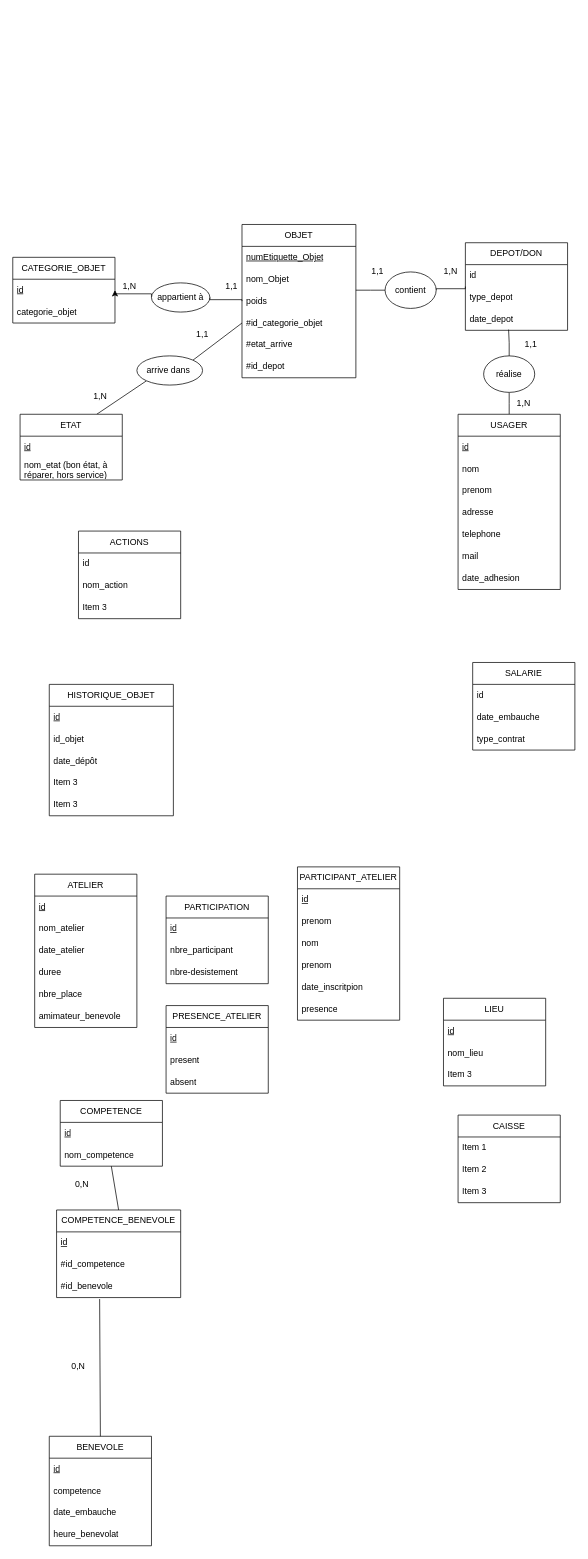
Before: schema_EA_adatabase.drawio in gdiaby2403/repo1, a draw.io diagram. Source tidied: cells renumbered, new cells numbered last; positions are measured from the earlier drawing's top-left corner, leaving out a move shared by most shapes. Both pictures are drawn from the tidied source at 73%, with x=0, y=0 at pixel (12, 224).
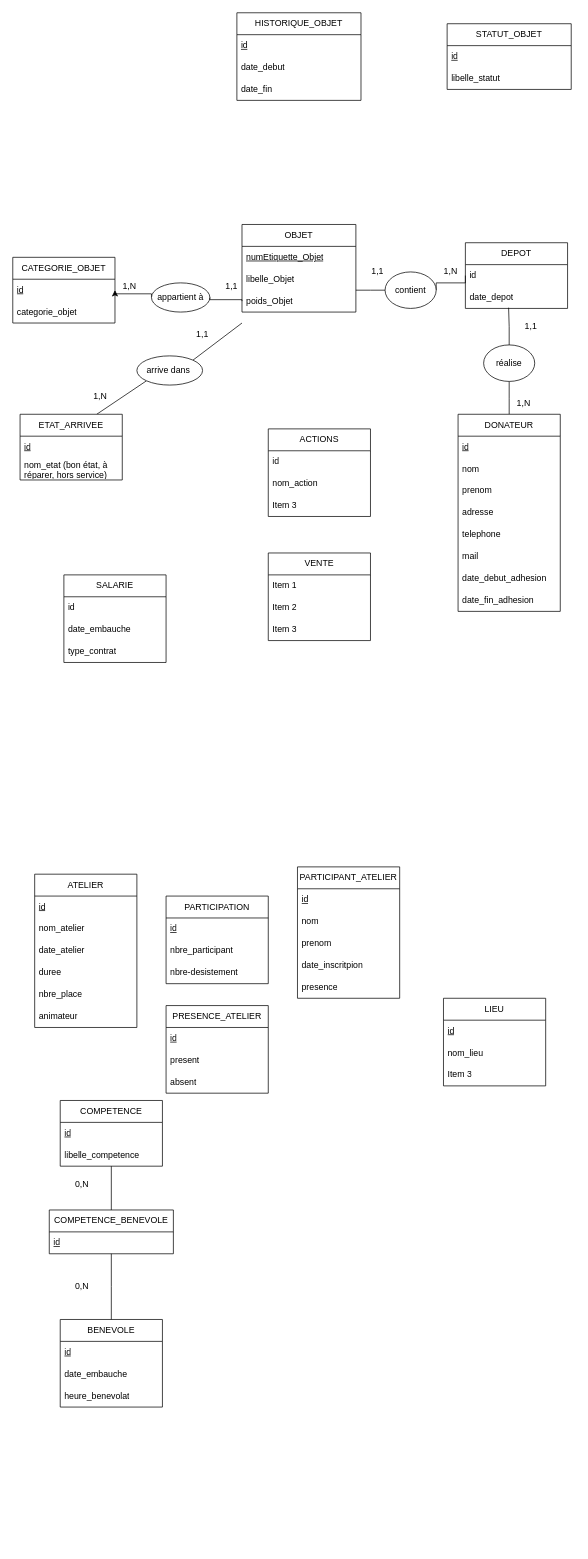
The same page after the edit.

Commit message (it also covers changes not shown here):
Mettre à jour schema_EA_adatabase.drawio

The change refers to these unchanged cells:
```xml
<mxCell id="14" value="ATELIER" style="swimlane;fontStyle=0;horizontal=1;startSize=30;whiteSpace=wrap;html=1;" parent="1" vertex="1">
  <mxGeometry x="30" y="890" width="140" height="210" as="geometry" />
</mxCell>
<mxCell id="44" value="COMPETENCE" style="swimlane;fontStyle=0;horizontal=1;startSize=30;whiteSpace=wrap;html=1;" parent="1" vertex="1">
  <mxGeometry x="65" y="1200" width="140" height="90" as="geometry" />
</mxCell>
<mxCell id="100" value="arrive dans&amp;nbsp;" style="ellipse;whiteSpace=wrap;html=1;shapeInside=1;" parent="1" vertex="1">
  <mxGeometry x="170" y="180" width="90" height="40" as="geometry" />
</mxCell>
```

What changed in the source:
```diff
@@
     <mxCell id="7" value="OBJET" style="swimlane;fontStyle=0;horizontal=1;startSize=30;whiteSpace=wrap;html=1;" parent="1" vertex="1">
-      <mxGeometry x="314" width="156" height="210" as="geometry" />
+      <mxGeometry x="314" width="156" height="120" as="geometry" />
     </mxCell>
@@
-    <mxCell id="9" value="nom_Objet" style="text;strokeColor=none;fillColor=none;align=left;verticalAlign=middle;spacingLeft=4;spacingRight=4;overflow=hidden;whiteSpace=wrap;html=1;" parent="7" vertex="1">
+    <mxCell id="9" value="libelle_Objet" style="text;strokeColor=none;fillColor=none;align=left;verticalAlign=middle;spacingLeft=4;spacingRight=4;overflow=hidden;whiteSpace=wrap;html=1;" parent="7" vertex="1">
       <mxGeometry y="60" width="156" height="30" as="geometry" />
     </mxCell>
-    <mxCell id="10" value="poids" style="text;strokeColor=none;fillColor=none;align=left;verticalAlign=middle;spacingLeft=4;spacingRight=4;overflow=hidden;points=[[0,0.5],[1,0.5]];portConstraint=eastwest;whiteSpace=wrap;html=1;" parent="7" vertex="1">
+    <mxCell id="10" value="poids_Objet" style="text;strokeColor=none;fillColor=none;align=left;verticalAlign=middle;spacingLeft=4;spacingRight=4;overflow=hidden;points=[[0,0.5],[1,0.5]];portConstraint=eastwest;whiteSpace=wrap;html=1;" parent="7" vertex="1">
       <mxGeometry y="90" width="156" height="30" as="geometry" />
     </mxCell>
-    <mxCell id="11" value="#id_categorie_objet" style="text;strokeColor=none;fillColor=none;align=left;verticalAlign=middle;spacingLeft=4;spacingRight=4;overflow=hidden;points=[[0,0.5],[1,0.5]];portConstraint=eastwest;whiteSpace=wrap;html=1;" parent="7" vertex="1">
-      <mxGeometry y="120" width="156" height="30" as="geometry" />
-    </mxCell>
-    <mxCell id="12" value="#etat_arrive" style="text;strokeColor=none;fillColor=none;align=left;verticalAlign=middle;spacingLeft=4;spacingRight=4;overflow=hidden;whiteSpace=wrap;html=1;" parent="7" vertex="1">
-      <mxGeometry y="150" width="156" height="30" as="geometry" />
-    </mxCell>
-    <mxCell id="13" value="#id_depot" style="text;strokeColor=none;fillColor=none;align=left;verticalAlign=middle;spacingLeft=4;spacingRight=4;overflow=hidden;whiteSpace=wrap;html=1;" parent="7" vertex="1">
-      <mxGeometry y="180" width="156" height="30" as="geometry" />
-    </mxCell>
@@
-    <mxCell id="20" value="amimateur_benevole" style="text;strokeColor=none;fillColor=none;align=left;verticalAlign=middle;spacingLeft=4;spacingRight=4;overflow=hidden;whiteSpace=wrap;html=1;" parent="14" vertex="1">
+    <mxCell id="20" value="animateur" style="text;strokeColor=none;fillColor=none;align=left;verticalAlign=middle;spacingLeft=4;spacingRight=4;overflow=hidden;whiteSpace=wrap;html=1;" parent="14" vertex="1">
       <mxGeometry y="180" width="140" height="30" as="geometry" />
     </mxCell>
     <mxCell id="21" value="BENEVOLE" style="swimlane;fontStyle=0;horizontal=1;startSize=30;whiteSpace=wrap;html=1;" parent="1" vertex="1">
-      <mxGeometry x="50" y="1660" width="140" height="150" as="geometry" />
+      <mxGeometry x="65" y="1500" width="140" height="120" as="geometry" />
     </mxCell>
@@
-    <mxCell id="23" value="competence" style="text;strokeColor=none;fillColor=none;align=left;verticalAlign=middle;spacingLeft=4;spacingRight=4;overflow=hidden;whiteSpace=wrap;html=1;" parent="21" vertex="1">
-      <mxGeometry y="60" width="140" height="30" as="geometry" />
-    </mxCell>
     <mxCell id="24" value="date_embauche" style="text;strokeColor=none;fillColor=none;align=left;verticalAlign=middle;spacingLeft=4;spacingRight=4;overflow=hidden;whiteSpace=wrap;html=1;" parent="21" vertex="1">
-      <mxGeometry y="90" width="140" height="30" as="geometry" />
+      <mxGeometry y="60" width="140" height="30" as="geometry" />
     </mxCell>
     <mxCell id="25" value="heure_benevolat" style="text;strokeColor=none;fillColor=none;align=left;verticalAlign=middle;spacingLeft=4;spacingRight=4;overflow=hidden;whiteSpace=wrap;html=1;" parent="21" vertex="1">
-      <mxGeometry y="120" width="140" height="30" as="geometry" />
+      <mxGeometry y="90" width="140" height="30" as="geometry" />
     </mxCell>
@@
     <mxCell id="29" value="HISTORIQUE_OBJET" style="swimlane;fontStyle=0;horizontal=1;startSize=30;whiteSpace=wrap;html=1;" parent="1" vertex="1">
-      <mxGeometry x="50" y="630" width="170" height="180" as="geometry" />
+      <mxGeometry x="307" y="-290" width="170" height="120" as="geometry" />
     </mxCell>
@@
-    <mxCell id="31" value="id_objet" style="text;strokeColor=none;fillColor=none;align=left;verticalAlign=middle;spacingLeft=4;spacingRight=4;overflow=hidden;whiteSpace=wrap;html=1;" parent="29" vertex="1">
+    <mxCell id="31" value="date_debut" style="text;strokeColor=none;fillColor=none;align=left;verticalAlign=middle;spacingLeft=4;spacingRight=4;overflow=hidden;whiteSpace=wrap;html=1;" parent="29" vertex="1">
       <mxGeometry y="60" width="170" height="30" as="geometry" />
     </mxCell>
-    <mxCell id="32" value="date_dépôt" style="text;strokeColor=none;fillColor=none;align=left;verticalAlign=middle;spacingLeft=4;spacingRight=4;overflow=hidden;whiteSpace=wrap;html=1;" parent="29" vertex="1">
+    <mxCell id="32" value="date_fin" style="text;strokeColor=none;fillColor=none;align=left;verticalAlign=middle;spacingLeft=4;spacingRight=4;overflow=hidden;whiteSpace=wrap;html=1;" parent="29" vertex="1">
       <mxGeometry y="90" width="170" height="30" as="geometry" />
     </mxCell>
-    <mxCell id="33" value="Item 3" style="text;strokeColor=none;fillColor=none;align=left;verticalAlign=middle;spacingLeft=4;spacingRight=4;overflow=hidden;whiteSpace=wrap;html=1;" parent="29" vertex="1">
-      <mxGeometry y="120" width="170" height="30" as="geometry" />
-    </mxCell>
-    <mxCell id="34" value="Item 3" style="text;strokeColor=none;fillColor=none;align=left;verticalAlign=middle;spacingLeft=4;spacingRight=4;overflow=hidden;whiteSpace=wrap;html=1;" parent="29" vertex="1">
-      <mxGeometry y="150" width="170" height="30" as="geometry" />
-    </mxCell>
@@
-    <mxCell id="36" value="ETAT" style="swimlane;fontStyle=0;horizontal=1;startSize=30;whiteSpace=wrap;html=1;" parent="1" vertex="1">
+    <mxCell id="36" value="ETAT_ARRIVEE" style="swimlane;fontStyle=0;horizontal=1;startSize=30;whiteSpace=wrap;html=1;" parent="1" vertex="1">
       <mxGeometry x="10" y="260" width="140" height="90" as="geometry" />
     </mxCell>
@@
     <mxCell id="39" value="ACTIONS" style="swimlane;fontStyle=0;horizontal=1;startSize=30;whiteSpace=wrap;html=1;" parent="1" vertex="1">
-      <mxGeometry x="90" y="420" width="140" height="120" as="geometry" />
+      <mxGeometry x="350" y="280" width="140" height="120" as="geometry" />
     </mxCell>
@@
-    <mxCell id="46" value="nom_competence" style="text;strokeColor=none;fillColor=none;align=left;verticalAlign=middle;spacingLeft=4;spacingRight=4;overflow=hidden;whiteSpace=wrap;html=1;" parent="44" vertex="1">
+    <mxCell id="46" value="libelle_competence" style="text;strokeColor=none;fillColor=none;align=left;verticalAlign=middle;spacingLeft=4;spacingRight=4;overflow=hidden;whiteSpace=wrap;html=1;" parent="44" vertex="1">
       <mxGeometry y="60" width="140" height="30" as="geometry" />
     </mxCell>
@@
-    <mxCell id="48" value="DEPOT/DON" style="swimlane;fontStyle=0;horizontal=1;startSize=30;whiteSpace=wrap;html=1;" parent="1" vertex="1">
-      <mxGeometry x="620" y="25" width="140" height="120" as="geometry" />
+    <mxCell id="48" value="DEPOT" style="swimlane;fontStyle=0;horizontal=1;startSize=30;whiteSpace=wrap;html=1;" parent="1" vertex="1">
+      <mxGeometry x="620" y="25" width="140" height="90" as="geometry" />
     </mxCell>
@@
-    <mxCell id="50" value="type_depot" style="text;strokeColor=none;fillColor=none;align=left;verticalAlign=middle;spacingLeft=4;spacingRight=4;overflow=hidden;whiteSpace=wrap;html=1;" parent="48" vertex="1">
-      <mxGeometry y="60" width="140" height="30" as="geometry" />
-    </mxCell>
     <mxCell id="51" value="date_depot" style="text;strokeColor=none;fillColor=none;align=left;verticalAlign=middle;spacingLeft=4;spacingRight=4;overflow=hidden;points=[[0,0.5],[1,0.5]];portConstraint=eastwest;whiteSpace=wrap;html=1;" parent="48" vertex="1">
-      <mxGeometry y="90" width="140" height="30" as="geometry" />
+      <mxGeometry y="60" width="140" height="30" as="geometry" />
     </mxCell>
     <mxCell id="52" value="PARTICIPANT_ATELIER" style="swimlane;fontStyle=0;horizontal=1;startSize=30;whiteSpace=wrap;html=1;" parent="1" vertex="1">
-      <mxGeometry x="390" y="880" width="140" height="210" as="geometry" />
+      <mxGeometry x="390" y="880" width="140" height="180" as="geometry" />
     </mxCell>
@@
-    <mxCell id="54" value="prenom" style="text;strokeColor=none;fillColor=none;align=left;verticalAlign=middle;spacingLeft=4;spacingRight=4;overflow=hidden;whiteSpace=wrap;html=1;" parent="52" vertex="1">
-      <mxGeometry y="60" width="140" height="30" as="geometry" />
-    </mxCell>
     <mxCell id="55" value="nom" style="text;strokeColor=none;fillColor=none;align=left;verticalAlign=middle;spacingLeft=4;spacingRight=4;overflow=hidden;whiteSpace=wrap;html=1;" parent="52" vertex="1">
-      <mxGeometry y="90" width="140" height="30" as="geometry" />
+      <mxGeometry y="60" width="140" height="30" as="geometry" />
     </mxCell>
     <mxCell id="56" value="prenom" style="text;strokeColor=none;fillColor=none;align=left;verticalAlign=middle;spacingLeft=4;spacingRight=4;overflow=hidden;whiteSpace=wrap;html=1;" parent="52" vertex="1">
-      <mxGeometry y="120" width="140" height="30" as="geometry" />
+      <mxGeometry y="90" width="140" height="30" as="geometry" />
     </mxCell>
     <mxCell id="57" value="date_inscritpion" style="text;strokeColor=none;fillColor=none;align=left;verticalAlign=middle;spacingLeft=4;spacingRight=4;overflow=hidden;whiteSpace=wrap;html=1;" parent="52" vertex="1">
-      <mxGeometry y="150" width="140" height="30" as="geometry" />
+      <mxGeometry y="120" width="140" height="30" as="geometry" />
     </mxCell>
     <mxCell id="58" value="presence" style="text;strokeColor=none;fillColor=none;align=left;verticalAlign=middle;spacingLeft=4;spacingRight=4;overflow=hidden;whiteSpace=wrap;html=1;" parent="52" vertex="1">
-      <mxGeometry y="180" width="140" height="30" as="geometry" />
+      <mxGeometry y="150" width="140" height="30" as="geometry" />
     </mxCell>
-    <mxCell id="59" value="CAISSE" style="swimlane;fontStyle=0;horizontal=1;startSize=30;whiteSpace=wrap;html=1;" parent="1" vertex="1">
-      <mxGeometry x="610" y="1220" width="140" height="120" as="geometry" />
+    <mxCell id="59" value="VENTE" style="swimlane;fontStyle=0;horizontal=1;startSize=30;whiteSpace=wrap;html=1;" parent="1" vertex="1">
+      <mxGeometry x="350" y="450" width="140" height="120" as="geometry" />
     </mxCell>
@@
-    <mxCell id="72" value="USAGER" style="swimlane;fontStyle=0;horizontal=1;startSize=30;whiteSpace=wrap;html=1;" parent="1" vertex="1">
-      <mxGeometry x="610" y="260" width="140" height="240" as="geometry" />
+    <mxCell id="72" value="DONATEUR" style="swimlane;fontStyle=0;horizontal=1;startSize=30;whiteSpace=wrap;html=1;" parent="1" vertex="1">
+      <mxGeometry x="610" y="260" width="140" height="270" as="geometry" />
     </mxCell>
@@
+    <mxCell id="107" value="date_debut_adhesion" style="text;strokeColor=none;fillColor=none;align=left;verticalAlign=middle;spacingLeft=4;spacingRight=4;overflow=hidden;whiteSpace=wrap;html=1;" parent="72" vertex="1">
+      <mxGeometry y="210" width="140" height="30" as="geometry" />
+    </mxCell>
-    <mxCell id="79" value="date_adhesion" style="text;strokeColor=none;fillColor=none;align=left;verticalAlign=middle;spacingLeft=4;spacingRight=4;overflow=hidden;whiteSpace=wrap;html=1;" parent="72" vertex="1">
-      <mxGeometry y="210" width="140" height="30" as="geometry" />
+    <mxCell id="79" value="date_fin_adhesion" style="text;strokeColor=none;fillColor=none;align=left;verticalAlign=middle;spacingLeft=4;spacingRight=4;overflow=hidden;whiteSpace=wrap;html=1;" parent="72" vertex="1">
+      <mxGeometry y="240" width="140" height="30" as="geometry" />
     </mxCell>
     <mxCell id="80" value="SALARIE" style="swimlane;fontStyle=0;horizontal=1;startSize=30;whiteSpace=wrap;html=1;" parent="1" vertex="1">
-      <mxGeometry x="630" y="600" width="140" height="120" as="geometry" />
+      <mxGeometry x="70" y="480" width="140" height="120" as="geometry" />
     </mxCell>
@@
+    <mxCell id="108" style="edgeStyle=elbowEdgeStyle;shape=wire;rounded=0;jettySize=auto;elbow=vertical;html=1;exitX=0.5;exitY=1;exitDx=0;exitDy=0;entryX=0.5;entryY=0;entryDx=0;entryDy=0;dashed=1;endArrow=none;endFill=0;" parent="1" edge="1" source="84" target="21">
+      <mxGeometry relative="1" as="geometry" />
+    </mxCell>
     <mxCell id="84" value="COMPETENCE_BENEVOLE" style="swimlane;fontStyle=0;horizontal=1;startSize=30;whiteSpace=wrap;html=1;" parent="1" vertex="1">
-      <mxGeometry x="60" y="1350" width="170" height="120" as="geometry" />
+      <mxGeometry x="50" y="1350" width="170" height="60" as="geometry" />
     </mxCell>
@@
-    <mxCell id="86" value="#id_competence" style="text;strokeColor=none;fillColor=none;align=left;verticalAlign=middle;spacingLeft=4;spacingRight=4;overflow=hidden;whiteSpace=wrap;html=1;" parent="84" vertex="1">
-      <mxGeometry y="60" width="170" height="30" as="geometry" />
-    </mxCell>
-    <mxCell id="87" value="#id_benevole" style="text;strokeColor=none;fillColor=none;align=left;verticalAlign=middle;spacingLeft=4;spacingRight=4;overflow=hidden;points=[[0,0.5],[1,0.5]];portConstraint=eastwest;whiteSpace=wrap;html=1;" parent="84" vertex="1">
-      <mxGeometry y="90" width="170" height="30" as="geometry" />
-    </mxCell>
     <mxCell id="88" value="0,N" style="text;html=1;whiteSpace=wrap;strokeColor=none;fillColor=none;align=center;verticalAlign=middle;rounded=0;" parent="1" vertex="1">
-      <mxGeometry x="60" y="1550" width="60" height="30" as="geometry" />
+      <mxGeometry x="65" y="1440" width="60" height="30" as="geometry" />
     </mxCell>
@@
-    <mxCell id="90" style="shape=wire;rounded=0;jettySize=auto;elbow=vertical;html=1;exitX=0.5;exitY=0;exitDx=0;exitDy=0;entryX=0.347;entryY=1.067;entryDx=0;entryDy=0;entryPerimeter=0;dashed=1;endArrow=none;endFill=0;" parent="1" edge="1" source="21" target="87">
-      <mxGeometry relative="1" as="geometry" />
-    </mxCell>
@@
-    <mxCell id="99" style="shape=wire;rounded=0;jettySize=auto;elbow=vertical;html=1;exitX=1;exitY=0;exitDx=0;exitDy=0;entryX=0;entryY=0.5;entryDx=0;entryDy=0;dashed=1;endArrow=none;endFill=0;" parent="1" edge="1" source="100" target="11">
-      <mxGeometry relative="1" as="geometry" />
+    <mxCell id="99" style="shape=wire;rounded=0;jettySize=auto;elbow=vertical;html=1;exitX=1;exitY=0;exitDx=0;exitDy=0;entryX=0;entryY=0.5;entryDx=0;entryDy=0;dashed=1;endArrow=none;endFill=0;" parent="1" edge="1" source="100">
+      <mxGeometry relative="1" as="geometry">
+        <mxPoint x="314" y="135" as="targetPoint" />
+      </mxGeometry>
     </mxCell>
@@
     <mxCell id="103" value="réalise" style="ellipse;whiteSpace=wrap;html=1;shapeInside=1;" parent="1" vertex="1">
-      <mxGeometry x="645" y="180" width="70" height="50" as="geometry" />
+      <mxGeometry x="645" y="165" width="70" height="50" as="geometry" />
     </mxCell>
@@
     <mxCell id="106" value="1,1" style="text;html=1;whiteSpace=wrap;strokeColor=none;fillColor=none;align=center;verticalAlign=middle;rounded=0;" parent="1" vertex="1">
-      <mxGeometry x="680" y="150" width="60" height="30" as="geometry" />
+      <mxGeometry x="680" y="125" width="60" height="30" as="geometry" />
     </mxCell>
+    <mxCell id="109" value="STATUT_OBJET" style="swimlane;fontStyle=0;horizontal=1;startSize=30;whiteSpace=wrap;html=1;" parent="1" vertex="1">
+      <mxGeometry x="595" y="-275" width="170" height="90" as="geometry" />
+    </mxCell>
+    <mxCell id="110" value="&lt;u&gt;id&lt;/u&gt;" style="text;strokeColor=none;fillColor=none;align=left;verticalAlign=middle;spacingLeft=4;spacingRight=4;overflow=hidden;whiteSpace=wrap;html=1;" parent="109" vertex="1">
+      <mxGeometry y="30" width="170" height="30" as="geometry" />
+    </mxCell>
+    <mxCell id="111" value="libelle_statut" style="text;strokeColor=none;fillColor=none;align=left;verticalAlign=middle;spacingLeft=4;spacingRight=4;overflow=hidden;whiteSpace=wrap;html=1;" parent="109" vertex="1">
+      <mxGeometry y="60" width="170" height="30" as="geometry" />
+    </mxCell>
```
